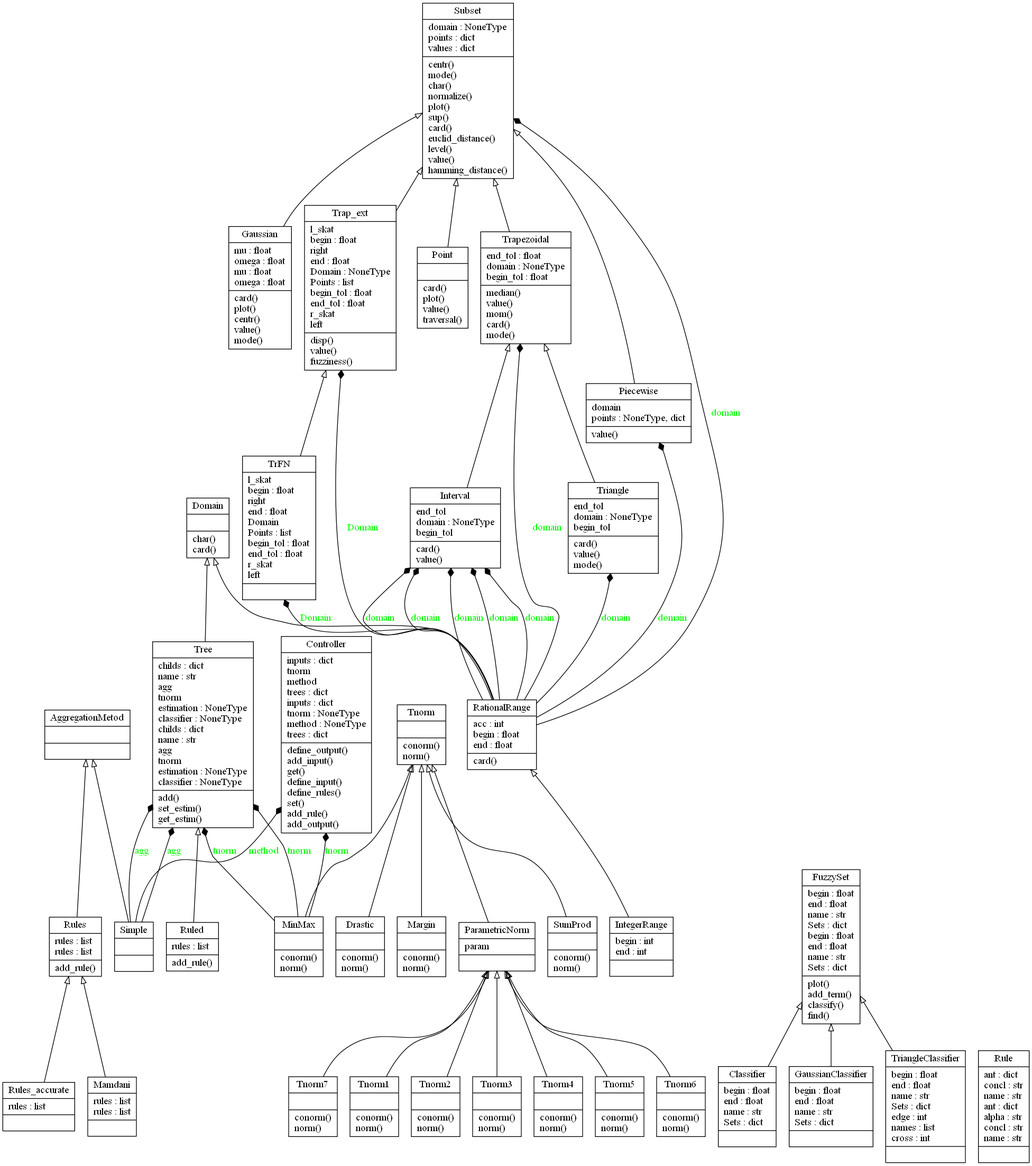
koroteevmv/FuzzyCalcPy keeps this Graphviz diagram as classes_No_Name.png. Above is the earlier version. Its source is kept beside it as classes_No_Name.dot.
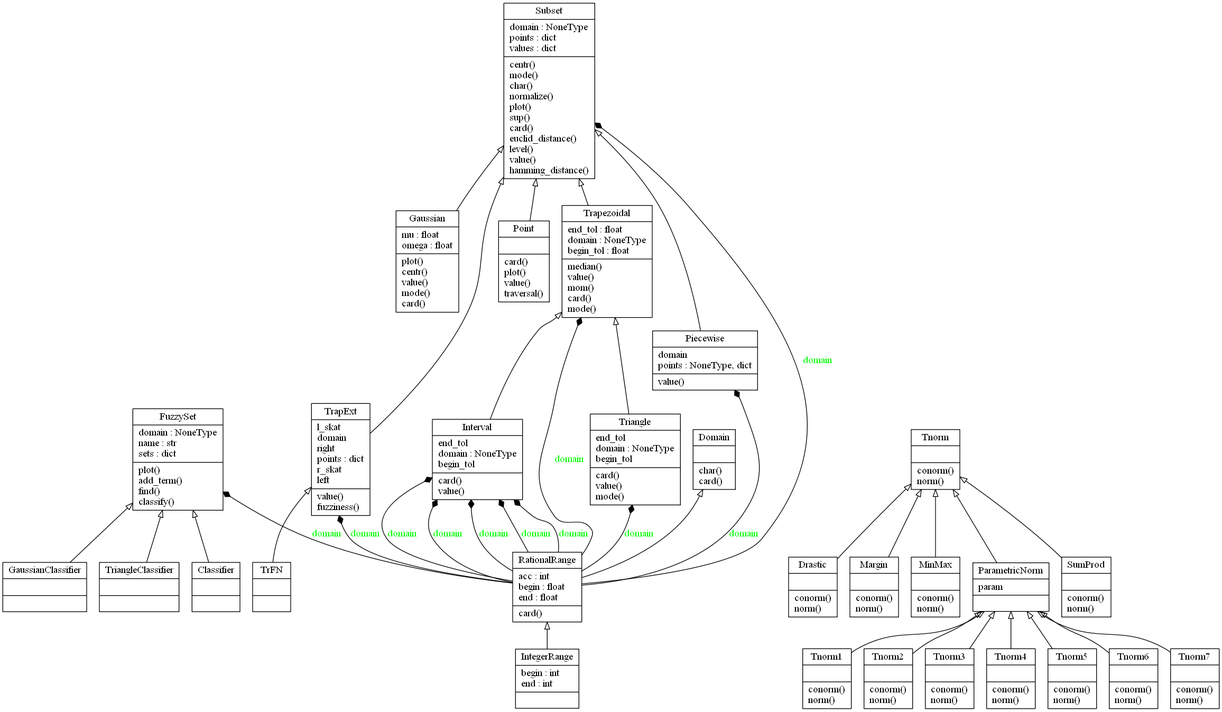
The same file after the commit.

Change to the diagram source:
```diff
@@ -1,90 +1,16 @@
 digraph "classes_No_Name" {
 charset="utf-8"
 rankdir=BT
-"0" [label="{AggregationMetod|\l|}", shape="record"];
-"1" [label="{Classifier|begin : float\lend : float\lname : str\lSets : dict\l|}", shape="record"];
-"2" [label="{Controller|inputs : dict\ltnorm\lmethod\ltrees : dict\linputs : dict\ltnorm : NoneType\lmethod : NoneType\ltrees : dict\l|define_output()\ladd_input()\lget()\ldefine_input()\ldefine_rules()\lset()\ladd_rule()\ladd_output()\l}", shape="record"];
-"3" [label="{Domain|\l|char()\lcard()\l}", shape="record"];
-"4" [label="{Drastic|\l|conorm()\lnorm()\l}", shape="record"];
-"5" [label="{FuzzySet|begin : float\lend : float\lname : str\lSets : dict\lbegin : float\lend : float\lname : str\lSets : dict\l|plot()\ladd_term()\lclassify()\lfind()\l}", shape="record"];
-"6" [label="{Gaussian|mu : float\lomega : float\lmu : float\lomega : float\l|card()\lplot()\lcentr()\lvalue()\lmode()\l}", shape="record"];
-"7" [label="{GaussianClassifier|begin : float\lend : float\lname : str\lSets : dict\l|}", shape="record"];
-"8" [label="{IntegerRange|begin : int\lend : int\l|}", shape="record"];
-"9" [label="{Interval|end_tol\ldomain : NoneType\lbegin_tol\l|card()\lvalue()\l}", shape="record"];
-"10" [label="{Mamdani|rules : list\lrules : list\l|}", shape="record"];
-"11" [label="{Margin|\l|conorm()\lnorm()\l}", shape="record"];
-"12" [label="{MinMax|\l|conorm()\lnorm()\l}", shape="record"];
-"13" [label="{ParametricNorm|param\l|}", shape="record"];
-"14" [label="{Piecewise|domain\lpoints : NoneType, dict\l|value()\l}", shape="record"];
-"15" [label="{Point|\l|card()\lplot()\lvalue()\ltraversal()\l}", shape="record"];
-"16" [label="{RationalRange|acc : int\lbegin : float\lend : float\l|card()\l}", shape="record"];
-"17" [label="{Rule|ant : dict\lconcl : str\lname : str\lant : dict\lalpha : str\lconcl : str\lname : str\l|}", shape="record"];
-"18" [label="{Ruled|rules : list\l|add_rule()\l}", shape="record"];
-"19" [label="{Rules|rules : list\lrules : list\l|add_rule()\l}", shape="record"];
-"20" [label="{Rules_accurate|rules : list\l|}", shape="record"];
-"21" [label="{Simple|\l|}", shape="record"];
-"22" [label="{Subset|domain : NoneType\lpoints : dict\lvalues : dict\l|centr()\lmode()\lchar()\lnormalize()\lplot()\lsup()\lcard()\leuclid_distance()\llevel()\lvalue()\lhamming_distance()\l}", shape="record"];
-"23" [label="{SumProd|\l|conorm()\lnorm()\l}", shape="record"];
-"24" [label="{Tnorm|\l|conorm()\lnorm()\l}", shape="record"];
-"25" [label="{Tnorm1|\l|conorm()\lnorm()\l}", shape="record"];
-"26" [label="{Tnorm2|\l|conorm()\lnorm()\l}", shape="record"];
-"27" [label="{Tnorm3|\l|conorm()\lnorm()\l}", shape="record"];
-"28" [label="{Tnorm4|\l|conorm()\lnorm()\l}", shape="record"];
-"29" [label="{Tnorm5|\l|conorm()\lnorm()\l}", shape="record"];
-"30" [label="{Tnorm6|\l|conorm()\lnorm()\l}", shape="record"];
-"31" [label="{Tnorm7|\l|conorm()\lnorm()\l}", shape="record"];
-"32" [label="{TrFN|l_skat\lbegin : float\lright\lend : float\lDomain\lPoints : list\lbegin_tol : float\lend_tol : float\lr_skat\lleft\l|}", shape="record"];
-"33" [label="{Trap_ext|l_skat\lbegin : float\lright\lend : float\lDomain : NoneType\lPoints : list\lbegin_tol : float\lend_tol : float\lr_skat\lleft\l|disp()\lvalue()\lfuzziness()\l}", shape="record"];
-"34" [label="{Trapezoidal|end_tol : float\ldomain : NoneType\lbegin_tol : float\l|median()\lvalue()\lmom()\lcard()\lmode()\l}", shape="record"];
-"35" [label="{Tree|childs : dict\lname : str\lagg\ltnorm\lestimation : NoneType\lclassifier : NoneType\lchilds : dict\lname : str\lagg\ltnorm\lestimation : NoneType\lclassifier : NoneType\l|add()\lset_estim()\lget_estim()\l}", shape="record"];
-"36" [label="{Triangle|end_tol\ldomain : NoneType\lbegin_tol\l|card()\lvalue()\lmode()\l}", shape="record"];
-"37" [label="{TriangleClassifier|begin : float\lend : float\lname : str\lSets : dict\ledge : int\lnames : list\lcross : int\l|}", shape="record"];
-"1" -> "5" [arrowhead="empty", arrowtail="none"];
-"4" -> "24" [arrowhead="empty", arrowtail="none"];
-"6" -> "22" [arrowhead="empty", arrowtail="none"];
-"7" -> "5" [arrowhead="empty", arrowtail="none"];
-"8" -> "16" [arrowhead="empty", arrowtail="none"];
-"9" -> "34" [arrowhead="empty", arrowtail="none"];
-"10" -> "19" [arrowhead="empty", arrowtail="none"];
-"11" -> "24" [arrowhead="empty", arrowtail="none"];
-"12" -> "24" [arrowhead="empty", arrowtail="none"];
-"13" -> "24" [arrowhead="empty", arrowtail="none"];
-"14" -> "22" [arrowhead="empty", arrowtail="none"];
-"15" -> "22" [arrowhead="empty", arrowtail="none"];
-"16" -> "3" [arrowhead="empty", arrowtail="none"];
-"18" -> "35" [arrowhead="empty", arrowtail="none"];
-"19" -> "0" [arrowhead="empty", arrowtail="none"];
-"20" -> "19" [arrowhead="empty", arrowtail="none"];
-"21" -> "0" [arrowhead="empty", arrowtail="none"];
-"23" -> "24" [arrowhead="empty", arrowtail="none"];
-"25" -> "13" [arrowhead="empty", arrowtail="none"];
-"26" -> "13" [arrowhead="empty", arrowtail="none"];
-"27" -> "13" [arrowhead="empty", arrowtail="none"];
-"28" -> "13" [arrowhead="empty", arrowtail="none"];
-"29" -> "13" [arrowhead="empty", arrowtail="none"];
-"30" -> "13" [arrowhead="empty", arrowtail="none"];
-"31" -> "13" [arrowhead="empty", arrowtail="none"];
-"32" -> "33" [arrowhead="empty", arrowtail="none"];
-"33" -> "22" [arrowhead="empty", arrowtail="none"];
-"34" -> "22" [arrowhead="empty", arrowtail="none"];
-"35" -> "3" [arrowhead="empty", arrowtail="none"];
-"36" -> "34" [arrowhead="empty", arrowtail="none"];
-"37" -> "5" [arrowhead="empty", arrowtail="none"];
-"12" -> "2" [arrowhead="diamond", arrowtail="none", fontcolor="green", label="tnorm", style="solid"];
-"12" -> "35" [arrowhead="diamond", arrowtail="none", fontcolor="green", label="tnorm", style="solid"];
-"12" -> "35" [arrowhead="diamond", arrowtail="none", fontcolor="green", label="tnorm", style="solid"];
-"16" -> "9" [arrowhead="diamond", arrowtail="none", fontcolor="green", label="domain", style="solid"];
-"16" -> "9" [arrowhead="diamond", arrowtail="none", fontcolor="green", label="domain", style="solid"];
-"16" -> "9" [arrowhead="diamond", arrowtail="none", fontcolor="green", label="domain", style="solid"];
-"16" -> "9" [arrowhead="diamond", arrowtail="none", fontcolor="green", label="domain", style="solid"];
-"16" -> "9" [arrowhead="diamond", arrowtail="none", fontcolor="green", label="domain", style="solid"];
-"16" -> "14" [arrowhead="diamond", arrowtail="none", fontcolor="green", label="domain", style="solid"];
-"16" -> "22" [arrowhead="diamond", arrowtail="none", fontcolor="green", label="domain", style="solid"];
-"16" -> "32" [arrowhead="diamond", arrowtail="none", fontcolor="green", label="Domain", style="solid"];
-"16" -> "33" [arrowhead="diamond", arrowtail="none", fontcolor="green", label="Domain", style="solid"];
-"16" -> "34" [arrowhead="diamond", arrowtail="none", fontcolor="green", label="domain", style="solid"];
-"16" -> "36" [arrowhead="diamond", arrowtail="none", fontcolor="green", label="domain", style="solid"];
-"21" -> "2" [arrowhead="diamond", arrowtail="none", fontcolor="green", label="method", style="solid"];
-"21" -> "35" [arrowhead="diamond", arrowtail="none", fontcolor="green", label="agg", style="solid"];
-"21" -> "35" [arrowhead="diamond", arrowtail="none", fontcolor="green", label="agg", style="solid"];
+"0" [label="{AggregationMetod|\l|calculate()\l}", shape="record"];
+"1" [label="{Mamdani|\l|calculate()\l}", shape="record"];
+"2" [label="{Rule|ant : NoneType, dict\lconcl : str\lname : str\l|}", shape="record"];
+"3" [label="{Rules|rules : list\l|add_rule()\l}", shape="record"];
+"4" [label="{RulesAccurate|\l|calculate()\l}", shape="record"];
+"5" [label="{Simple|\l|calculate()\l}", shape="record"];
+"6" [label="{Tree|childs : dict\lname : str\lagg\ltnorm\lestimation : NoneType\lclassifier : NoneType\l|add()\lset_estim()\lget_estim()\l}", shape="record"];
+"1" -> "3" [arrowhead="empty", arrowtail="none"];
+"3" -> "0" [arrowhead="empty", arrowtail="none"];
+"4" -> "3" [arrowhead="empty", arrowtail="none"];
+"5" -> "0" [arrowhead="empty", arrowtail="none"];
+"5" -> "6" [arrowhead="diamond", arrowtail="none", fontcolor="green", label="agg", style="solid"];
 }
```
